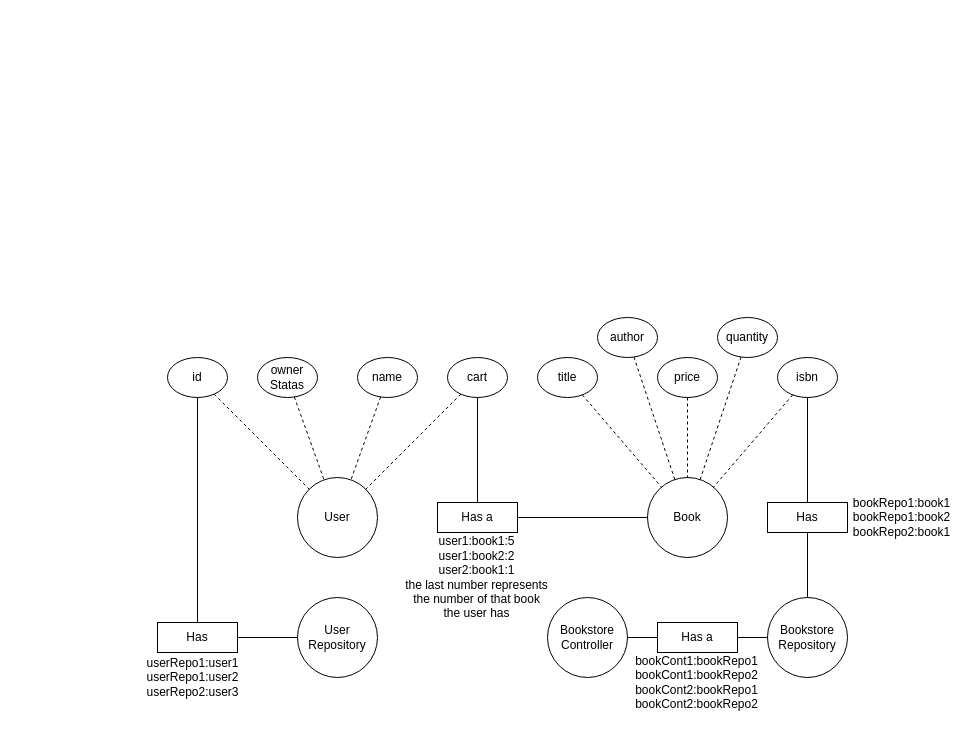
Before: page "ORM" (2 of 2) of diagrams/SYSC4806Project.drawio in FARHAN-MAHAMUD/SYSC-4806-Project, a draw.io diagram. Source tidied: cells renumbered, new cells numbered last; positions are measured from the earlier drawing's top-left corner, leaving out a move shared by most shapes. Both pictures are drawn from the tidied source at 100%, with x=0, y=0 at pixel (132, 317).
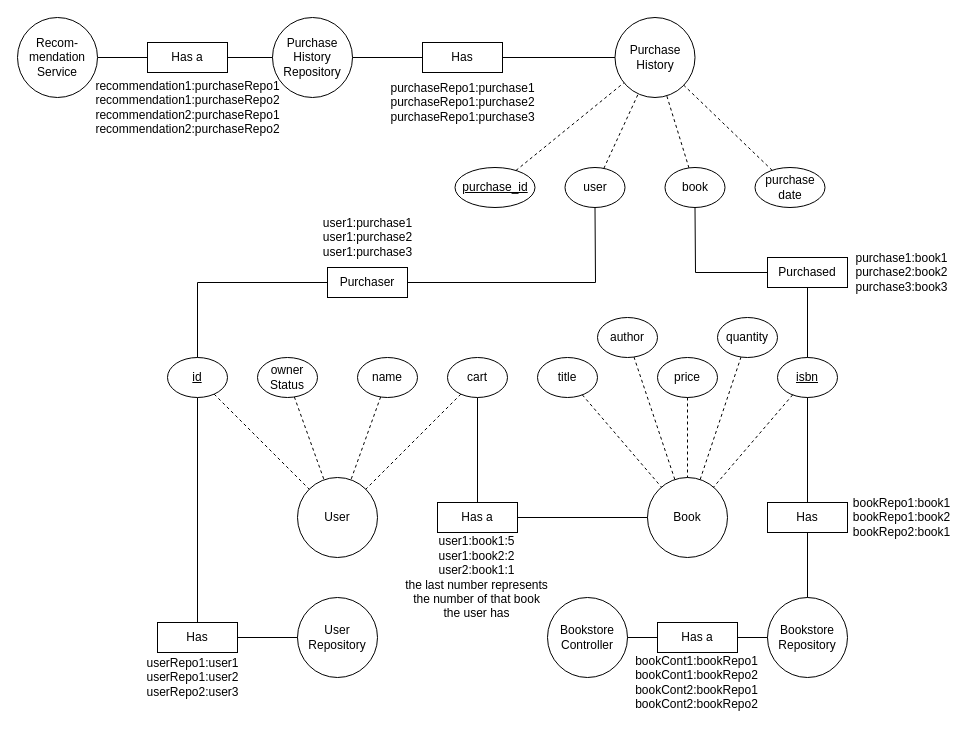
The same page after the edit.

Commit message (it also covers changes not shown here):
New ORM diagram

Change to the diagram source:
```diff
@@
-    <mxCell id="7" value="isbn" style="ellipse;whiteSpace=wrap;html=1;" parent="1" vertex="1">
+    <mxCell id="7" value="&lt;u&gt;isbn&lt;/u&gt;" style="ellipse;whiteSpace=wrap;html=1;" parent="1" vertex="1">
       <mxGeometry x="645" y="40" width="60" height="40" as="geometry" />
     </mxCell>
@@
-    <mxCell id="31" value="owner&lt;br&gt;Statas" style="ellipse;whiteSpace=wrap;html=1;" parent="1" vertex="1">
+    <mxCell id="31" value="owner&lt;br&gt;Status" style="ellipse;whiteSpace=wrap;html=1;" parent="1" vertex="1">
       <mxGeometry x="125" y="40" width="60" height="40" as="geometry" />
     </mxCell>
@@
-    <mxCell id="35" value="id" style="ellipse;whiteSpace=wrap;html=1;" parent="1" vertex="1">
+    <mxCell id="35" value="&lt;u&gt;id&lt;/u&gt;" style="ellipse;whiteSpace=wrap;html=1;" parent="1" vertex="1">
       <mxGeometry x="35" y="40" width="60" height="40" as="geometry" />
     </mxCell>
@@
+    <mxCell id="41" value="Purchase&lt;br&gt;History" style="ellipse;whiteSpace=wrap;html=1;" parent="1" vertex="1">
+      <mxGeometry x="482.5" y="-300" width="80" height="80" as="geometry" />
+    </mxCell>
+    <mxCell id="42" value="Has a" style="rounded=0;whiteSpace=wrap;html=1;" parent="1" vertex="1">
+      <mxGeometry x="15" y="-275" width="80" height="30" as="geometry" />
+    </mxCell>
+    <mxCell id="43" style="endArrow=none;html=1;rounded=0;" parent="1" edge="1" source="53" target="42">
+      <mxGeometry relative="1" as="geometry" />
+    </mxCell>
+    <mxCell id="44" value="book" style="ellipse;whiteSpace=wrap;html=1;" parent="1" vertex="1">
+      <mxGeometry x="532.5" y="-150" width="60" height="40" as="geometry" />
+    </mxCell>
+    <mxCell id="45" style="endArrow=none;dashed=1;html=1;rounded=0;" parent="1" edge="1" source="44" target="41">
+      <mxGeometry relative="1" as="geometry" />
+    </mxCell>
+    <mxCell id="46" value="user" style="ellipse;whiteSpace=wrap;html=1;" parent="1" vertex="1">
+      <mxGeometry x="432.5" y="-150" width="60" height="40" as="geometry" />
+    </mxCell>
+    <mxCell id="47" style="endArrow=none;dashed=1;html=1;rounded=0;" parent="1" edge="1" source="46" target="41">
+      <mxGeometry relative="1" as="geometry" />
+    </mxCell>
+    <mxCell id="48" value="purchase&lt;br&gt;date" style="ellipse;whiteSpace=wrap;html=1;" parent="1" vertex="1">
+      <mxGeometry x="622.5" y="-150" width="70" height="40" as="geometry" />
+    </mxCell>
+    <mxCell id="49" style="endArrow=none;dashed=1;html=1;rounded=0;" parent="1" edge="1" source="48" target="41">
+      <mxGeometry relative="1" as="geometry" />
+    </mxCell>
+    <mxCell id="50" value="&lt;u&gt;purchase_id&lt;/u&gt;" style="ellipse;whiteSpace=wrap;html=1;" parent="1" vertex="1">
+      <mxGeometry x="322.5" y="-150" width="80" height="40" as="geometry" />
+    </mxCell>
+    <mxCell id="51" style="endArrow=none;dashed=1;html=1;rounded=0;" parent="1" edge="1" source="50" target="41">
+      <mxGeometry relative="1" as="geometry" />
+    </mxCell>
+    <mxCell id="52" value="Purchase&lt;br&gt;History&lt;br&gt;Repository" style="ellipse;whiteSpace=wrap;html=1;" parent="1" vertex="1">
+      <mxGeometry x="140" y="-300" width="80" height="80" as="geometry" />
+    </mxCell>
+    <mxCell id="53" value="Recom-mendation&lt;br&gt;Service" style="ellipse;whiteSpace=wrap;html=1;" parent="1" vertex="1">
+      <mxGeometry x="-115" y="-300" width="80" height="80" as="geometry" />
+    </mxCell>
+    <mxCell id="54" value="Has" style="rounded=0;whiteSpace=wrap;html=1;" parent="1" vertex="1">
+      <mxGeometry x="290" y="-275" width="80" height="30" as="geometry" />
+    </mxCell>
+    <mxCell id="55" style="endArrow=none;html=1;rounded=0;" parent="1" edge="1" source="54" target="52">
+      <mxGeometry relative="1" as="geometry" />
+    </mxCell>
+    <mxCell id="56" style="endArrow=none;html=1;rounded=0;" parent="1" edge="1" source="41" target="54">
+      <mxGeometry relative="1" as="geometry" />
+    </mxCell>
+    <mxCell id="57" value="purchaseRepo1:purchase1&lt;br&gt;purchaseRepo1:purchase2&lt;br&gt;purchaseRepo1:purchase3" style="text;html=1;align=center;verticalAlign=middle;strokeColor=none;fillColor=none;" parent="1" vertex="1">
+      <mxGeometry x="245" y="-245" width="170" height="60" as="geometry" />
+    </mxCell>
+    <mxCell id="58" style="endArrow=none;html=1;rounded=0;" parent="1" edge="1" source="42" target="52">
+      <mxGeometry relative="1" as="geometry" />
+    </mxCell>
+    <mxCell id="59" value="recommendation1:purchaseRepo1&lt;br&gt;recommendation1:purchaseRepo2&lt;br&gt;recommendation2:purchaseRepo1&lt;br&gt;recommendation2:purchaseRepo2" style="text;html=1;align=center;verticalAlign=middle;strokeColor=none;fillColor=none;" parent="1" vertex="1">
+      <mxGeometry x="-50" y="-245" width="210" height="70" as="geometry" />
+    </mxCell>
+    <mxCell id="60" value="Purchaser" style="rounded=0;whiteSpace=wrap;html=1;" parent="1" vertex="1">
+      <mxGeometry x="195" y="-50" width="80" height="30" as="geometry" />
+    </mxCell>
+    <mxCell id="61" style="endArrow=none;html=1;rounded=0;" parent="1" edge="1" source="60" target="46">
+      <mxGeometry relative="1" as="geometry">
+        <Array as="points">
+          <mxPoint x="463" y="-35" />
+        </Array>
+      </mxGeometry>
+    </mxCell>
+    <mxCell id="62" style="endArrow=none;html=1;rounded=0;exitX=0.5;exitY=0;exitDx=0;exitDy=0;" parent="1" edge="1" source="35" target="60">
+      <mxGeometry relative="1" as="geometry">
+        <Array as="points">
+          <mxPoint x="65" y="-35" />
+        </Array>
+      </mxGeometry>
+    </mxCell>
+    <mxCell id="63" value="user1:purchase1&lt;br&gt;user1:purchase2&lt;br&gt;user1:purchase3" style="text;html=1;align=center;verticalAlign=middle;strokeColor=none;fillColor=none;" parent="1" vertex="1">
+      <mxGeometry x="180" y="-110" width="110" height="60" as="geometry" />
+    </mxCell>
+    <mxCell id="64" value="Purchased" style="rounded=0;whiteSpace=wrap;html=1;" parent="1" vertex="1">
+      <mxGeometry x="635" y="-60" width="80" height="30" as="geometry" />
+    </mxCell>
+    <mxCell id="65" style="endArrow=none;html=1;rounded=0;" parent="1" edge="1" source="7" target="64">
+      <mxGeometry relative="1" as="geometry" />
+    </mxCell>
+    <mxCell id="66" style="endArrow=none;html=1;rounded=0;entryX=0.5;entryY=1;entryDx=0;entryDy=0;" parent="1" edge="1" source="64" target="44">
+      <mxGeometry relative="1" as="geometry">
+        <Array as="points">
+          <mxPoint x="563" y="-45" />
+        </Array>
+      </mxGeometry>
+    </mxCell>
+    <mxCell id="67" value="purchase1:book1&lt;br&gt;purchase2:book2&lt;br&gt;purchase3:book3" style="text;html=1;align=center;verticalAlign=middle;strokeColor=none;fillColor=none;" parent="1" vertex="1">
+      <mxGeometry x="709" y="-75" width="120" height="60" as="geometry" />
+    </mxCell>
```
